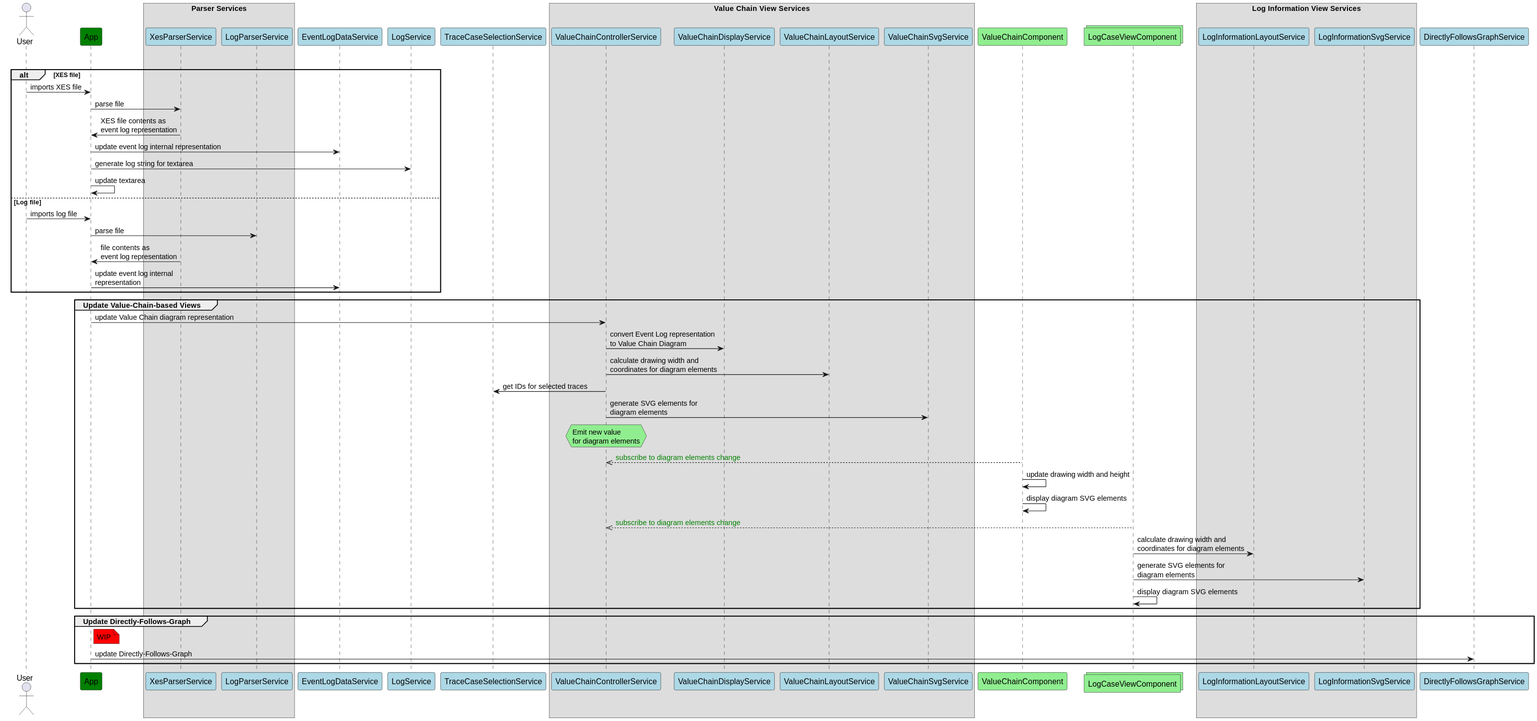
The PlantUML diagram docs/architecture.svg in eventlogs/event_logs, before a commit.
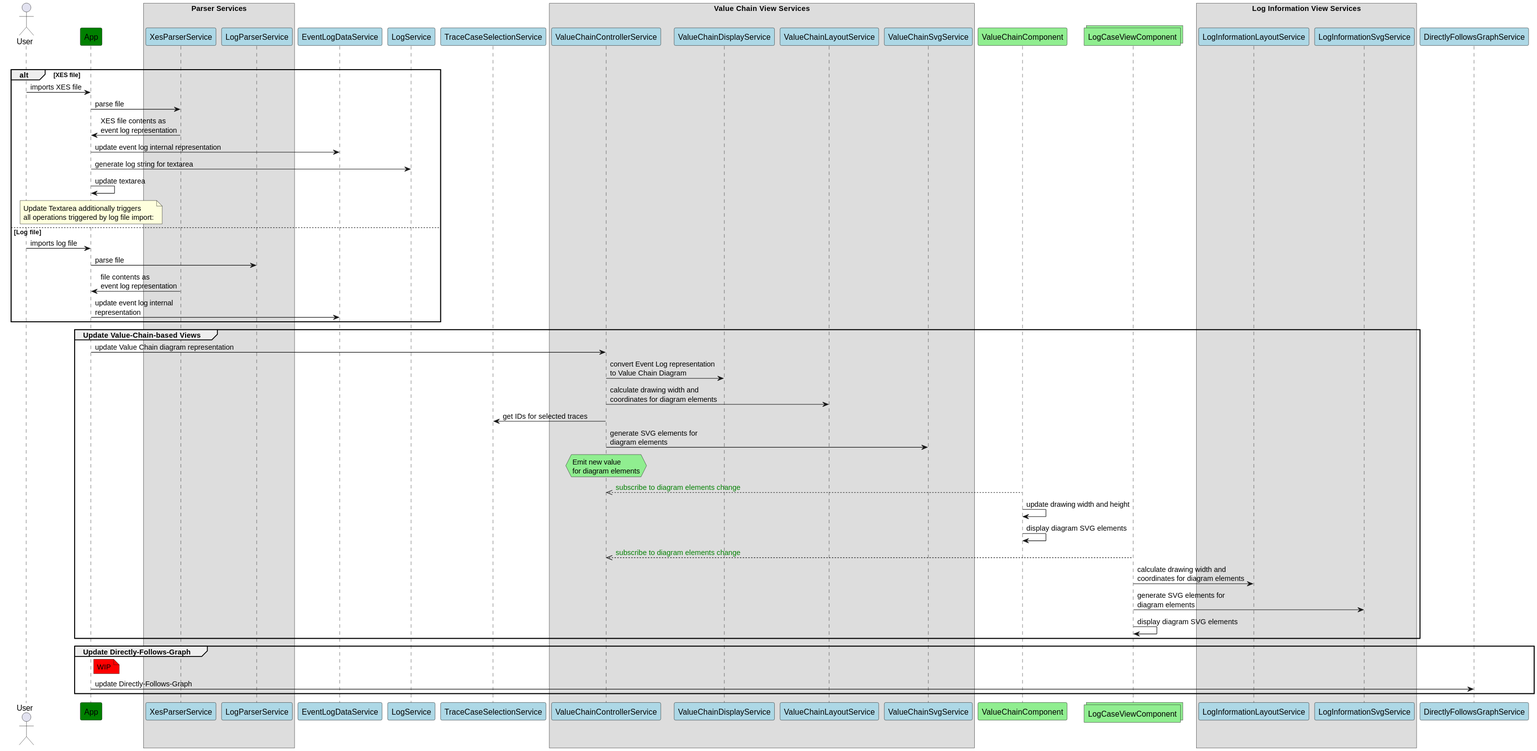
Later version of the same file.

The edit, as a diff of the source:
```diff
@@ -29,6 +29,7 @@
 App -> ELDS: update event log internal representation
 App -> LS: generate log string for textarea
 App -> App: update textarea
+note over App: Update Textarea additionally triggers\nall operations triggered by log file import:
 else Log file
 User -> App: imports log file
 App -> LPS: parse file
```
